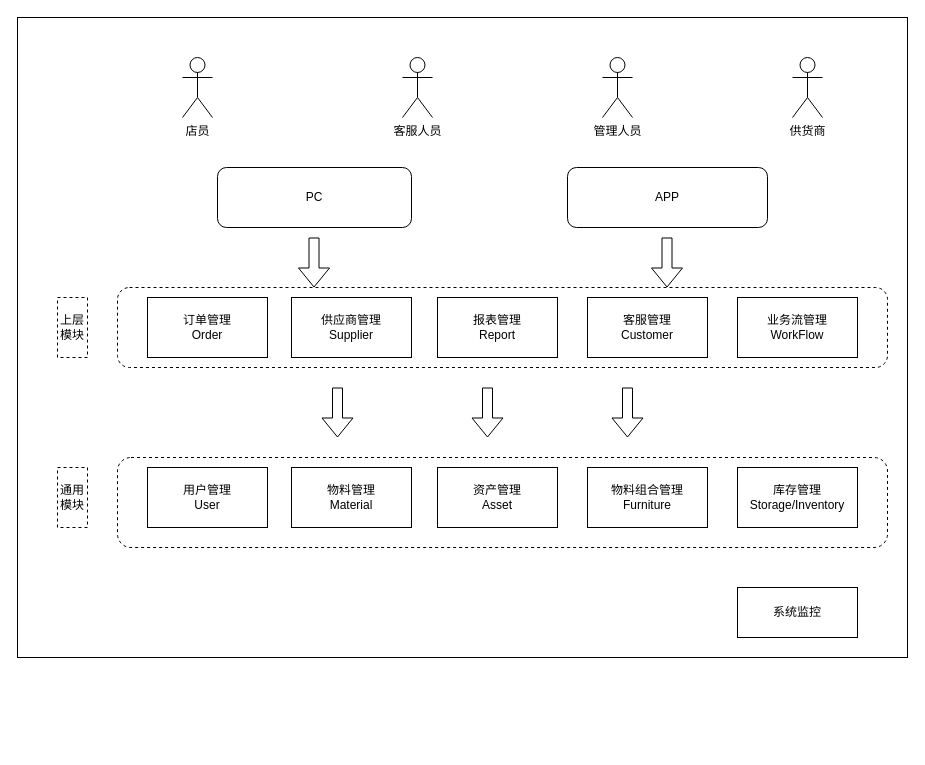
Earlier version of the draw.io diagram RSP功能架构图.drawio (lee2015new/drawfolder). Source tidied: cells renumbered, new cells numbered last; positions are measured from the earlier drawing's top-left corner, leaving out a move shared by most shapes. Both pictures are drawn from the tidied source at 100%, with x=0, y=0 at pixel (17, 17).
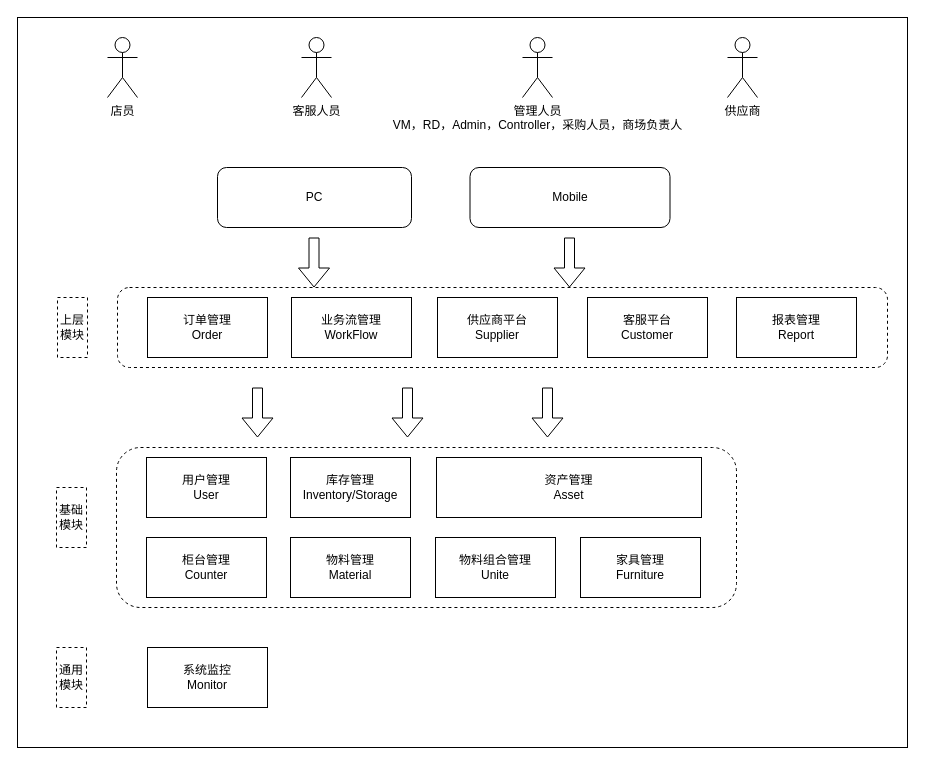
Above is the later version.

Commit message:
Added RSP功能架构图.drawio

What changed in the source:
```diff
@@
     <mxCell id="2" style="rounded=0;whiteSpace=wrap;html=1;fillColor=none;" parent="1" vertex="1">
-      <mxGeometry width="890" height="640" as="geometry" />
+      <mxGeometry width="890" height="730" as="geometry" />
     </mxCell>
     <mxCell id="3" style="rounded=1;whiteSpace=wrap;html=1;fillColor=none;dashed=1;" parent="1" vertex="1">
-      <mxGeometry x="100" y="440" width="770" height="90" as="geometry" />
+      <mxGeometry x="99" y="430" width="620" height="160" as="geometry" />
     </mxCell>
@@
     <mxCell id="5" value="用户管理&lt;br&gt;User" style="rounded=0;whiteSpace=wrap;html=1;" parent="1" vertex="1">
-      <mxGeometry x="130" y="450" width="120" height="60" as="geometry" />
+      <mxGeometry x="129" y="440" width="120" height="60" as="geometry" />
     </mxCell>
     <mxCell id="6" value="物料管理&lt;br&gt;Material" style="rounded=0;whiteSpace=wrap;html=1;" parent="1" vertex="1">
-      <mxGeometry x="274" y="450" width="120" height="60" as="geometry" />
+      <mxGeometry x="273" y="520" width="120" height="60" as="geometry" />
     </mxCell>
     <mxCell id="7" value="资产管理&lt;br&gt;Asset" style="rounded=0;whiteSpace=wrap;html=1;" parent="1" vertex="1">
-      <mxGeometry x="420" y="450" width="120" height="60" as="geometry" />
+      <mxGeometry x="419" y="440" width="265" height="60" as="geometry" />
     </mxCell>
-    <mxCell id="8" value="物料组合管理&lt;br&gt;Furniture" style="rounded=0;whiteSpace=wrap;html=1;" parent="1" vertex="1">
-      <mxGeometry x="570" y="450" width="120" height="60" as="geometry" />
+    <mxCell id="8" value="家具管理&lt;br&gt;Furniture" style="rounded=0;whiteSpace=wrap;html=1;" parent="1" vertex="1">
+      <mxGeometry x="563" y="520" width="120" height="60" as="geometry" />
     </mxCell>
-    <mxCell id="9" value="库存管理&lt;br&gt;Storage/Inventory" style="rounded=0;whiteSpace=wrap;html=1;" parent="1" vertex="1">
-      <mxGeometry x="720" y="450" width="120" height="60" as="geometry" />
+    <mxCell id="9" value="库存管理&lt;br&gt;Inventory/Storage" style="rounded=0;whiteSpace=wrap;html=1;" parent="1" vertex="1">
+      <mxGeometry x="273" y="440" width="120" height="60" as="geometry" />
     </mxCell>
@@
-    <mxCell id="11" value="供应商管理&lt;br&gt;Supplier" style="rounded=0;whiteSpace=wrap;html=1;" parent="1" vertex="1">
-      <mxGeometry x="274" y="280" width="120" height="60" as="geometry" />
+    <mxCell id="11" value="供应商平台&lt;br&gt;Supplier" style="rounded=0;whiteSpace=wrap;html=1;" parent="1" vertex="1">
+      <mxGeometry x="420" y="280" width="120" height="60" as="geometry" />
     </mxCell>
     <mxCell id="12" value="报表管理&lt;br&gt;Report" style="rounded=0;whiteSpace=wrap;html=1;" parent="1" vertex="1">
-      <mxGeometry x="420" y="280" width="120" height="60" as="geometry" />
+      <mxGeometry x="719" y="280" width="120" height="60" as="geometry" />
     </mxCell>
-    <mxCell id="13" value="系统监控" style="rounded=0;whiteSpace=wrap;html=1;" parent="1" vertex="1">
-      <mxGeometry x="720" y="570" width="120" height="50" as="geometry" />
+    <mxCell id="13" value="系统监控&lt;br&gt;Monitor" style="rounded=0;whiteSpace=wrap;html=1;" parent="1" vertex="1">
+      <mxGeometry x="130" y="630" width="120" height="60" as="geometry" />
     </mxCell>
     <mxCell id="14" value="业务流管理&lt;br&gt;WorkFlow" style="rounded=0;whiteSpace=wrap;html=1;" parent="1" vertex="1">
-      <mxGeometry x="720" y="280" width="120" height="60" as="geometry" />
+      <mxGeometry x="274" y="280" width="120" height="60" as="geometry" />
     </mxCell>
-    <mxCell id="15" value="通用模块" style="rounded=0;whiteSpace=wrap;html=1;dashed=1;fillColor=none;" parent="1" vertex="1">
-      <mxGeometry x="40" y="450" width="30" height="60" as="geometry" />
+    <mxCell id="15" value="基础模块" style="rounded=0;whiteSpace=wrap;html=1;dashed=1;fillColor=none;" parent="1" vertex="1">
+      <mxGeometry x="39" y="470" width="30" height="60" as="geometry" />
     </mxCell>
@@
     <mxCell id="17" value="店员" style="shape=umlActor;verticalLabelPosition=bottom;labelBackgroundColor=#ffffff;verticalAlign=top;html=1;fillColor=none;" parent="1" vertex="1">
-      <mxGeometry x="165" y="40" width="30" height="60" as="geometry" />
+      <mxGeometry x="90" y="20" width="30" height="60" as="geometry" />
     </mxCell>
     <mxCell id="18" value="客服人员" style="shape=umlActor;verticalLabelPosition=bottom;labelBackgroundColor=#ffffff;verticalAlign=top;html=1;fillColor=none;" parent="1" vertex="1">
-      <mxGeometry x="385" y="40" width="30" height="60" as="geometry" />
+      <mxGeometry x="284" y="20" width="30" height="60" as="geometry" />
     </mxCell>
-    <mxCell id="19" value="管理人员" style="shape=umlActor;verticalLabelPosition=bottom;labelBackgroundColor=#ffffff;verticalAlign=top;html=1;fillColor=none;" parent="1" vertex="1">
-      <mxGeometry x="585" y="40" width="30" height="60" as="geometry" />
+    <mxCell id="19" value="管理人员&lt;br&gt;VM，RD，Admin，Controller，采购人员，商场负责人" style="shape=umlActor;verticalLabelPosition=bottom;labelBackgroundColor=#ffffff;verticalAlign=top;html=1;fillColor=none;" parent="1" vertex="1">
+      <mxGeometry x="505" y="20" width="30" height="60" as="geometry" />
     </mxCell>
-    <mxCell id="20" value="供货商" style="shape=umlActor;verticalLabelPosition=bottom;labelBackgroundColor=#ffffff;verticalAlign=top;html=1;fillColor=none;" parent="1" vertex="1">
-      <mxGeometry x="775" y="40" width="30" height="60" as="geometry" />
+    <mxCell id="20" value="供应商" style="shape=umlActor;verticalLabelPosition=bottom;labelBackgroundColor=#ffffff;verticalAlign=top;html=1;fillColor=none;" parent="1" vertex="1">
+      <mxGeometry x="710" y="20" width="30" height="60" as="geometry" />
     </mxCell>
-    <mxCell id="21" value="客服管理&lt;br&gt;Customer" style="rounded=0;whiteSpace=wrap;html=1;" parent="1" vertex="1">
+    <mxCell id="21" value="客服平台&lt;br&gt;Customer" style="rounded=0;whiteSpace=wrap;html=1;" parent="1" vertex="1">
       <mxGeometry x="570" y="280" width="120" height="60" as="geometry" />
     </mxCell>
@@
-    <mxCell id="23" value="APP" style="rounded=1;whiteSpace=wrap;html=1;fillColor=none;" parent="1" vertex="1">
-      <mxGeometry x="550" y="150" width="200" height="60" as="geometry" />
+    <mxCell id="23" value="Mobile" style="rounded=1;whiteSpace=wrap;html=1;fillColor=none;" parent="1" vertex="1">
+      <mxGeometry x="452.5" y="150" width="200" height="60" as="geometry" />
     </mxCell>
     <mxCell id="24" style="shape=flexArrow;endArrow=classic;html=1;" parent="1" edge="1">
       <mxGeometry relative="1" as="geometry">
-        <mxPoint x="320" y="370" as="sourcePoint" />
-        <mxPoint x="320" y="420" as="targetPoint" />
+        <mxPoint x="240" y="370" as="sourcePoint" />
+        <mxPoint x="240" y="420" as="targetPoint" />
       </mxGeometry>
     </mxCell>
     <mxCell id="25" style="shape=flexArrow;endArrow=classic;html=1;" parent="1" edge="1">
       <mxGeometry relative="1" as="geometry">
-        <mxPoint x="470" y="370" as="sourcePoint" />
-        <mxPoint x="470" y="420" as="targetPoint" />
+        <mxPoint x="390" y="370" as="sourcePoint" />
+        <mxPoint x="390" y="420" as="targetPoint" />
       </mxGeometry>
     </mxCell>
     <mxCell id="26" style="shape=flexArrow;endArrow=classic;html=1;" parent="1" edge="1">
       <mxGeometry relative="1" as="geometry">
-        <mxPoint x="610" y="370" as="sourcePoint" />
-        <mxPoint x="610" y="420" as="targetPoint" />
+        <mxPoint x="530" y="370" as="sourcePoint" />
+        <mxPoint x="530" y="420" as="targetPoint" />
       </mxGeometry>
     </mxCell>
@@
     <mxCell id="28" style="shape=flexArrow;endArrow=classic;html=1;" parent="1" edge="1">
       <mxGeometry relative="1" as="geometry">
-        <mxPoint x="649.5" y="220" as="sourcePoint" />
-        <mxPoint x="649.5" y="270" as="targetPoint" />
+        <mxPoint x="552" y="220" as="sourcePoint" />
+        <mxPoint x="552" y="270" as="targetPoint" />
       </mxGeometry>
     </mxCell>
+    <mxCell id="29" value="物料组合管理&lt;br&gt;Unite" style="rounded=0;whiteSpace=wrap;html=1;" parent="1" vertex="1">
+      <mxGeometry x="418" y="520" width="120" height="60" as="geometry" />
+    </mxCell>
+    <mxCell id="30" value="柜台管理&lt;br&gt;Counter" style="rounded=0;whiteSpace=wrap;html=1;" parent="1" vertex="1">
+      <mxGeometry x="129" y="520" width="120" height="60" as="geometry" />
+    </mxCell>
+    <mxCell id="31" value="通用模块" style="rounded=0;whiteSpace=wrap;html=1;dashed=1;fillColor=none;" parent="1" vertex="1">
+      <mxGeometry x="39" y="630" width="30" height="60" as="geometry" />
+    </mxCell>
```
